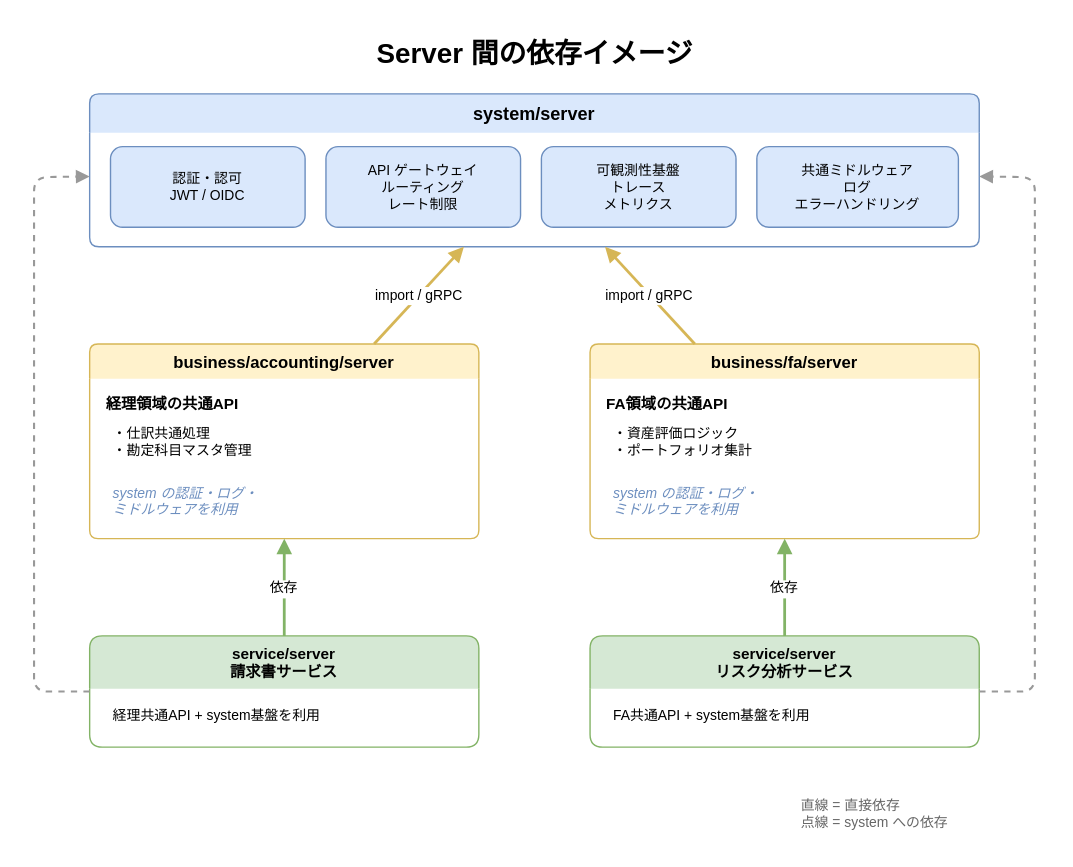
Above: docs/diagrams/server-dependency.drawio in RyuheiKiso/k1s0 (draw.io), before the change. Source tidied: cells renumbered, new cells numbered last; positions are measured from the earlier drawing's top-left corner, leaving out a move shared by most shapes. Both pictures are drawn from the tidied source at 139%, with x=0, y=0 at pixel (33, 24).
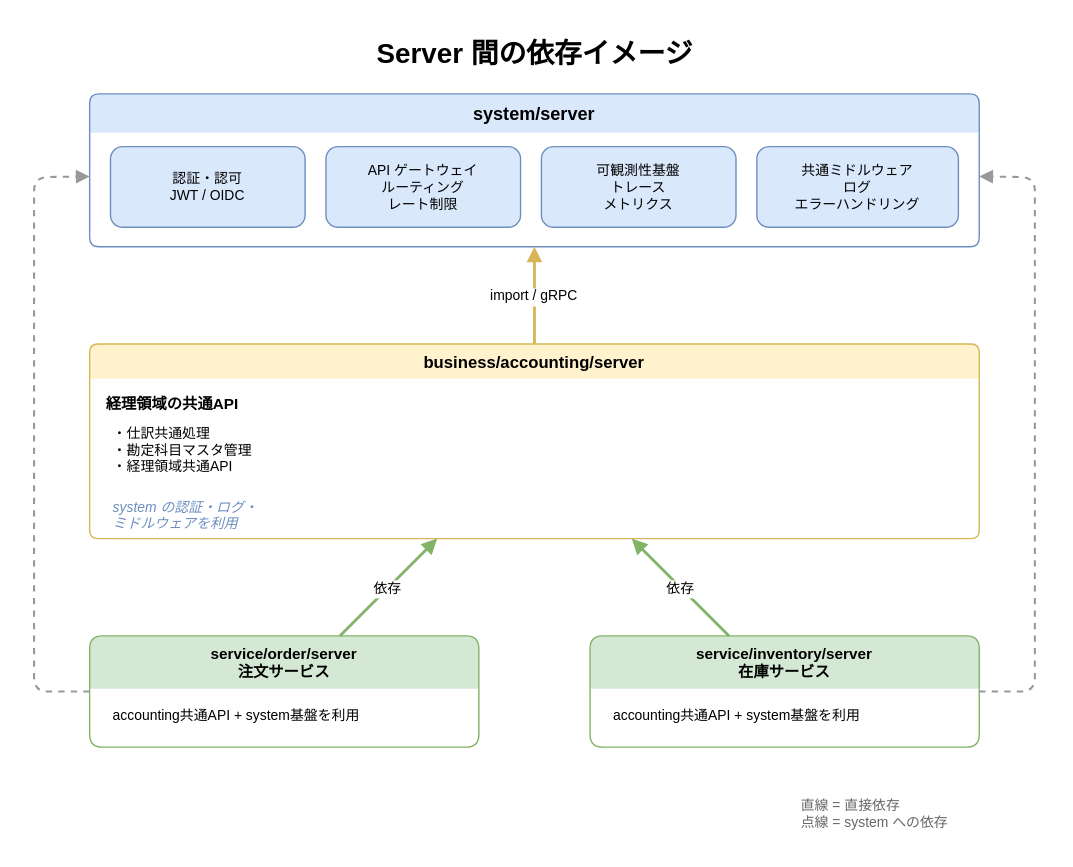
The same page after the edit.

Unchanged cells that the change refers to:
```xml
<mxCell id="3" value="system/server" style="swimlane;startSize=28;fillColor=#dae8fc;strokeColor=#6c8ebf;rounded=1;arcSize=8;fontStyle=1;fontSize=13;swimlaneLine=0;" parent="1" vertex="1">
  <mxGeometry x="40" y="50" width="640" height="110" as="geometry" />
</mxCell>
```

What changed in the source:
```diff
@@
     <mxCell id="8" value="business/accounting/server" style="swimlane;startSize=25;fillColor=#fff2cc;strokeColor=#d6b656;rounded=1;arcSize=8;fontStyle=1;fontSize=12;swimlaneLine=0;" parent="1" vertex="1">
-      <mxGeometry x="40" y="230" width="280" height="140" as="geometry" />
+      <mxGeometry x="40" y="230" width="640" height="140" as="geometry" />
     </mxCell>
@@
-    <mxCell id="10" value="・仕訳共通処理&#10;・勘定科目マスタ管理" style="text;fontSize=10;align=left;" parent="8" vertex="1">
-      <mxGeometry x="15" y="52" width="250" height="35" as="geometry" />
+    <mxCell id="10" value="・仕訳共通処理&#10;・勘定科目マスタ管理&#10;・経理領域共通API" style="text;fontSize=10;align=left;" parent="8" vertex="1">
+      <mxGeometry x="15" y="52" width="250" height="50" as="geometry" />
     </mxCell>
     <mxCell id="11" value="system の認証・ログ・&#10;ミドルウェアを利用" style="text;fontSize=10;fontColor=#6c8ebf;fontStyle=2;align=left;" parent="8" vertex="1">
-      <mxGeometry x="15" y="95" width="250" height="35" as="geometry" />
+      <mxGeometry x="15" y="105" width="250" height="35" as="geometry" />
     </mxCell>
-    <mxCell id="12" value="business/fa/server" style="swimlane;startSize=25;fillColor=#fff2cc;strokeColor=#d6b656;rounded=1;arcSize=8;fontStyle=1;fontSize=12;swimlaneLine=0;" parent="1" vertex="1">
-      <mxGeometry x="400" y="230" width="280" height="140" as="geometry" />
-    </mxCell>
-    <mxCell id="13" value="FA領域の共通API" style="text;fontSize=11;fontStyle=1;" parent="12" vertex="1">
-      <mxGeometry x="10" y="30" width="260" height="22" as="geometry" />
-    </mxCell>
-    <mxCell id="14" value="・資産評価ロジック&#10;・ポートフォリオ集計" style="text;fontSize=10;align=left;" parent="12" vertex="1">
-      <mxGeometry x="15" y="52" width="250" height="35" as="geometry" />
-    </mxCell>
-    <mxCell id="15" value="system の認証・ログ・&#10;ミドルウェアを利用" style="text;fontSize=10;fontColor=#6c8ebf;fontStyle=2;align=left;" parent="12" vertex="1">
-      <mxGeometry x="15" y="95" width="250" height="35" as="geometry" />
-    </mxCell>
-    <mxCell id="16" value="service/server&#10;請求書サービス" style="swimlane;startSize=38;fillColor=#d5e8d4;strokeColor=#82b366;rounded=1;arcSize=8;fontStyle=1;fontSize=11;swimlaneLine=0;" parent="1" vertex="1">
+    <mxCell id="16" value="service/order/server&#10;注文サービス" style="swimlane;startSize=38;fillColor=#d5e8d4;strokeColor=#82b366;rounded=1;arcSize=8;fontStyle=1;fontSize=11;swimlaneLine=0;" parent="1" vertex="1">
       <mxGeometry x="40" y="440" width="280" height="80" as="geometry" />
     </mxCell>
-    <mxCell id="17" value="経理共通API + system基盤を利用" style="text;fontSize=10;align=left;" parent="16" vertex="1">
+    <mxCell id="17" value="accounting共通API + system基盤を利用" style="text;fontSize=10;align=left;" parent="16" vertex="1">
       <mxGeometry x="15" y="45" width="250" height="25" as="geometry" />
     </mxCell>
-    <mxCell id="18" value="service/server&#10;リスク分析サービス" style="swimlane;startSize=38;fillColor=#d5e8d4;strokeColor=#82b366;rounded=1;arcSize=8;fontStyle=1;fontSize=11;swimlaneLine=0;" parent="1" vertex="1">
+    <mxCell id="18" value="service/inventory/server&#10;在庫サービス" style="swimlane;startSize=38;fillColor=#d5e8d4;strokeColor=#82b366;rounded=1;arcSize=8;fontStyle=1;fontSize=11;swimlaneLine=0;" parent="1" vertex="1">
       <mxGeometry x="400" y="440" width="280" height="80" as="geometry" />
     </mxCell>
-    <mxCell id="19" value="FA共通API + system基盤を利用" style="text;fontSize=10;align=left;" parent="18" vertex="1">
+    <mxCell id="19" value="accounting共通API + system基盤を利用" style="text;fontSize=10;align=left;" parent="18" vertex="1">
       <mxGeometry x="15" y="45" width="250" height="25" as="geometry" />
     </mxCell>
@@
-    <mxCell id="21" value="import / gRPC" style="endArrow=block;endFill=1;strokeWidth=2;strokeColor=#d6b656;fontSize=10;" parent="1" edge="1" source="12" target="3">
-      <mxGeometry relative="1" as="geometry" />
-    </mxCell>
@@
-    <mxCell id="23" value="依存" style="endArrow=block;endFill=1;strokeWidth=2;strokeColor=#82b366;fontSize=10;" parent="1" edge="1" source="18" target="12">
+    <mxCell id="23" value="依存" style="endArrow=block;endFill=1;strokeWidth=2;strokeColor=#82b366;fontSize=10;" parent="1" edge="1" source="18" target="8">
       <mxGeometry relative="1" as="geometry" />
     </mxCell>
```
